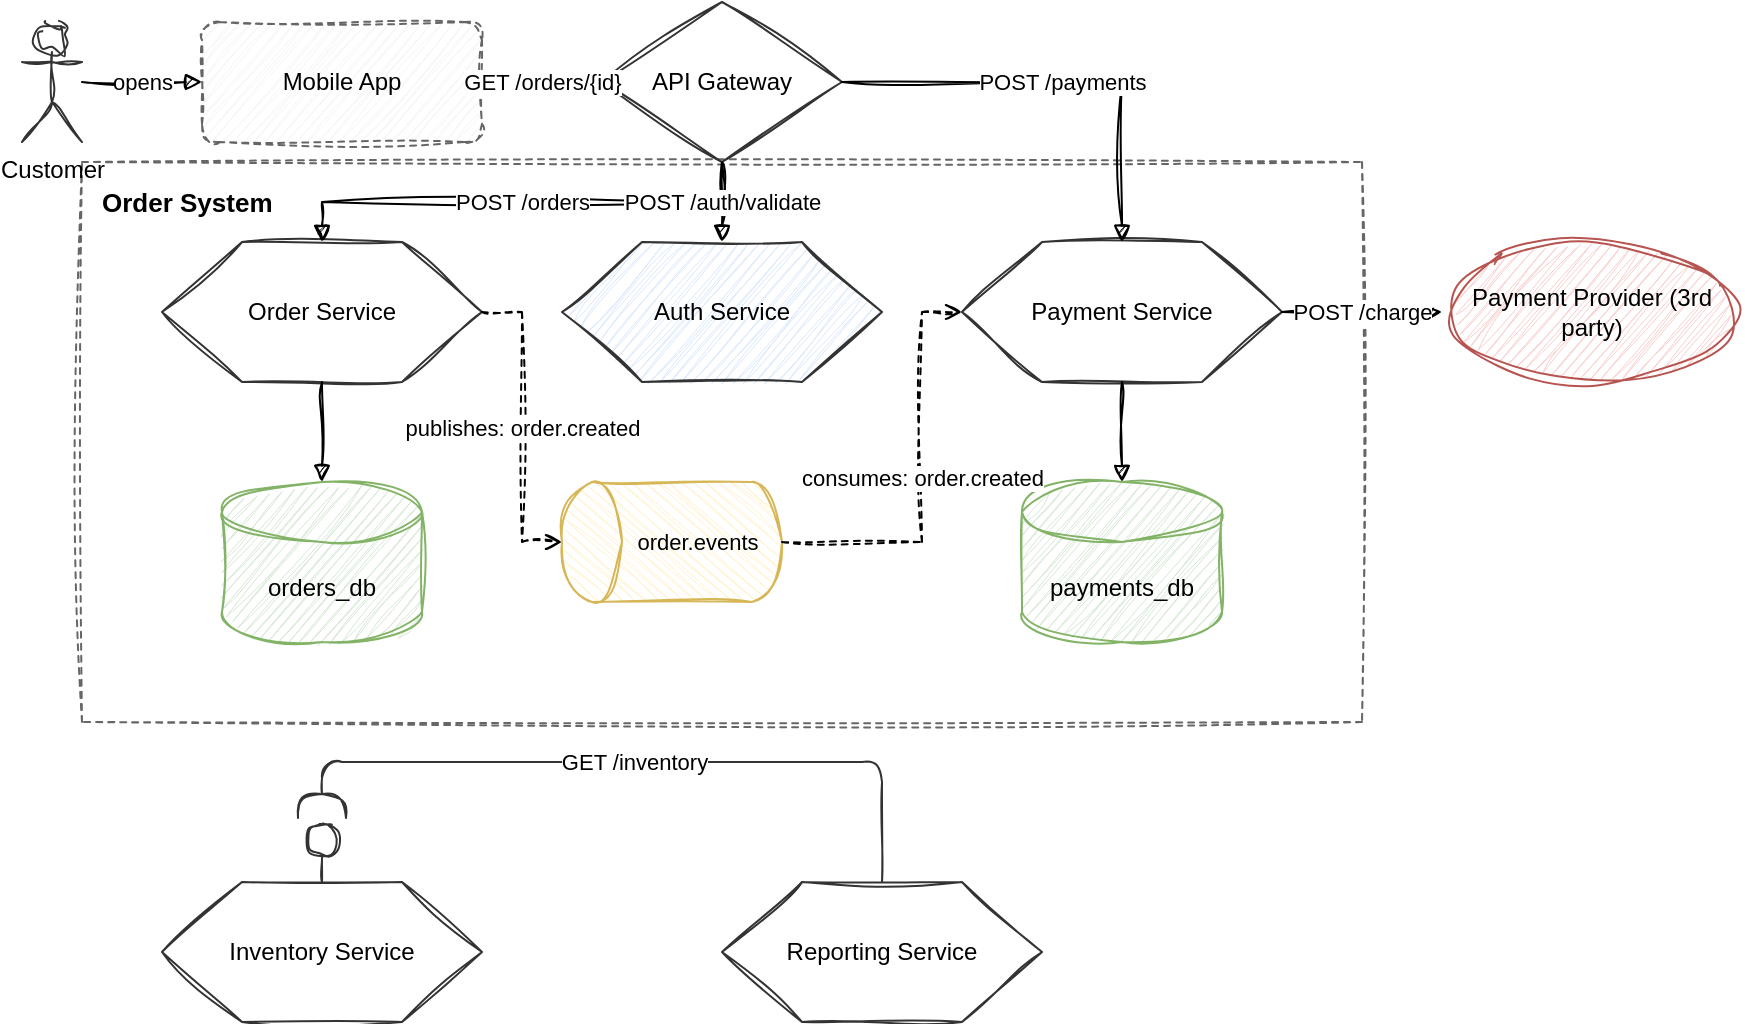
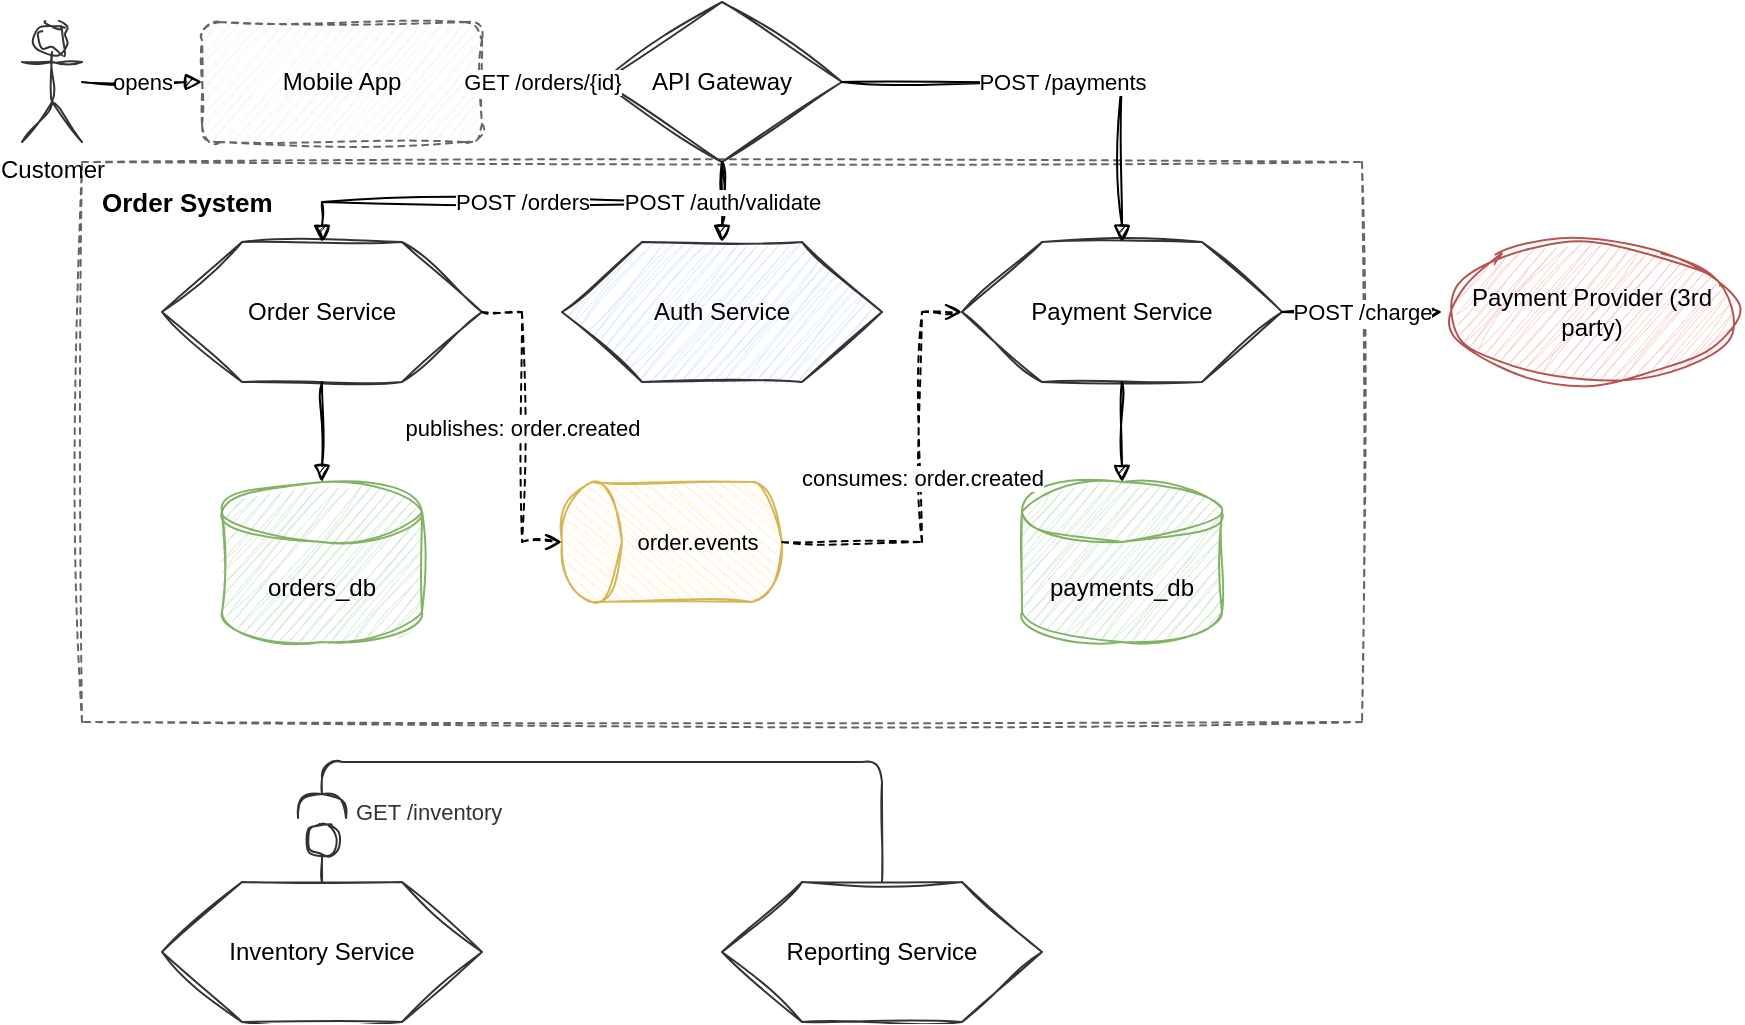
<mxfile host="app.diagrams.net">
  <diagram name="Example" id="example1">
    <mxGraphModel dx="1400" dy="900" grid="1" gridSize="20" guides="1" tooltips="1" connect="1" arrows="1" fold="1" page="1" pageScale="1" pageWidth="1400" pageHeight="900" math="0" shadow="0">
      <root>
        <mxCell id="0" />
        <mxCell id="1" parent="0" />

        <!-- System boundary (drawn first = rendered at back) -->
        <mxCell id="sysOrder" value="Order System" style="rounded=0;whiteSpace=wrap;html=1;fillColor=none;strokeColor=#666666;dashed=1;verticalAlign=top;align=left;fontStyle=1;spacingLeft=8;spacingTop=6;fontSize=13;sketch=1;jiggle=2;" vertex="1" parent="1">
          <mxGeometry x="130" y="340" width="640" height="280" as="geometry" />
        </mxCell>

        <!-- Actor: human role -->
        <mxCell id="actorCustomer" value="Customer" style="verticalLabelPosition=bottom;html=1;outlineConnect=0;shape=umlActor;verticalAlign=top;strokeColor=#333333;fillColor=none;sketch=1;jiggle=2;fontSize=12;" vertex="1" parent="1">
          <mxGeometry x="100" y="270" width="30" height="60" as="geometry" />
        </mxCell>

        <!-- Client: technical component -->
        <mxCell id="client" value="Mobile App" style="rounded=1;whiteSpace=wrap;html=1;dashed=1;fillColor=#f5f5f5;strokeColor=#666666;sketch=1;jiggle=2;fontSize=12;" vertex="1" parent="1">
          <mxGeometry x="190" y="270" width="140" height="60" as="geometry" />
        </mxCell>

        <!-- Load balancer / API gateway: diamond -->
        <mxCell id="gw" value="API Gateway" style="rhombus;whiteSpace=wrap;html=1;fillColor=none;strokeColor=#333333;sketch=1;jiggle=2;fontSize=12;" vertex="1" parent="1">
          <mxGeometry x="390" y="260" width="120" height="80" as="geometry" />
        </mxCell>

        <!-- Microservices: hub-and-spoke row directly under the gateway, so spoke edges fan out without crossing each other's targets -->
        <mxCell id="svcOrder" value="Order Service" style="shape=hexagon;perimeter=hexagonPerimeter2;whiteSpace=wrap;html=1;fillColor=none;strokeColor=#333333;sketch=1;jiggle=2;fontSize=12;" vertex="1" parent="1">
          <mxGeometry x="170" y="380" width="160" height="70" as="geometry" />
        </mxCell>
        <mxCell id="svcAuth" value="Auth Service" style="shape=hexagon;perimeter=hexagonPerimeter2;whiteSpace=wrap;html=1;fillColor=#dae8fc;fillStyle=hachure;hachureGap=4;strokeColor=#333333;sketch=1;jiggle=2;fontSize=12;" vertex="1" parent="1">
          <mxGeometry x="370" y="380" width="160" height="70" as="geometry" />
        </mxCell>
        <mxCell id="svcPayment" value="Payment Service" style="shape=hexagon;perimeter=hexagonPerimeter2;whiteSpace=wrap;html=1;fillColor=none;strokeColor=#333333;sketch=1;jiggle=2;fontSize=12;" vertex="1" parent="1">
          <mxGeometry x="570" y="380" width="160" height="70" as="geometry" />
        </mxCell>

        <!-- Databases: straight down from their own service, clear of every other component -->
        <mxCell id="dbOrders" value="orders_db" style="shape=cylinder3;whiteSpace=wrap;html=1;boundedLbl=1;backgroundOutline=1;size=15;fillColor=#d5e8d4;strokeColor=#82b366;sketch=1;jiggle=2;fontSize=12;" vertex="1" parent="1">
          <mxGeometry x="200" y="500" width="100" height="80" as="geometry" />
        </mxCell>
        <mxCell id="dbPayments" value="payments_db" style="shape=cylinder3;whiteSpace=wrap;html=1;boundedLbl=1;backgroundOutline=1;size=15;fillColor=#d5e8d4;strokeColor=#82b366;sketch=1;jiggle=2;fontSize=12;" vertex="1" parent="1">
          <mxGeometry x="600" y="500" width="100" height="80" as="geometry" />
        </mxCell>

        <!-- Kafka topic: cylinder rotated 90 degrees, centered between the two services it links -->
        <mxCell id="topicOrderEvents" value="order.events" style="shape=cylinder3;whiteSpace=wrap;html=1;boundedLbl=1;backgroundOutline=1;size=15;fillColor=#fff2cc;strokeColor=#d6b656;direction=north;sketch=1;jiggle=2;fontSize=11;" vertex="1" parent="1">
          <mxGeometry x="370" y="500" width="110" height="60" as="geometry" />
        </mxCell>

        <!-- External 3rd party system: ellipse, wider than tall, outside the system boundary -->
        <mxCell id="extPaymentProvider" value="Payment Provider (3rd party)" style="ellipse;whiteSpace=wrap;html=1;fillColor=#f8cecc;strokeColor=#b85450;sketch=1;jiggle=2;fontSize=12;" vertex="1" parent="1">
          <mxGeometry x="810" y="380" width="150" height="70" as="geometry" />
        </mxCell>

        <!-- Edges: synchronous REST calls -->
        <mxCell id="e0" value="opens" style="edgeStyle=orthogonalEdgeStyle;rounded=0;html=1;endArrow=block;fontSize=11;sketch=1;jiggle=2;" edge="1" parent="1" source="actorCustomer" target="client">
          <mxGeometry relative="1" as="geometry" />
        </mxCell>
        <mxCell id="e1" value="GET /orders/{id}" style="edgeStyle=orthogonalEdgeStyle;rounded=0;html=1;endArrow=block;fontSize=11;sketch=1;jiggle=2;" edge="1" parent="1" source="client" target="gw">
          <mxGeometry relative="1" as="geometry" />
        </mxCell>
        <mxCell id="e2" value="POST /orders" style="edgeStyle=orthogonalEdgeStyle;rounded=0;html=1;endArrow=block;fontSize=11;sketch=1;jiggle=2;" edge="1" parent="1" source="gw" target="svcOrder">
          <mxGeometry relative="1" as="geometry">
            <Array as="points">
              <mxPoint x="450" y="360" />
              <mxPoint x="250" y="360" />
            </Array>
          </mxGeometry>
        </mxCell>
        <mxCell id="e3" value="POST /payments" style="edgeStyle=orthogonalEdgeStyle;rounded=0;html=1;endArrow=block;fontSize=11;sketch=1;jiggle=2;" edge="1" parent="1" source="gw" target="svcPayment">
          <mxGeometry relative="1" as="geometry" />
        </mxCell>
        <mxCell id="e3b" value="POST /auth/validate" style="edgeStyle=orthogonalEdgeStyle;rounded=0;html=1;endArrow=block;fontSize=11;sketch=1;jiggle=2;" edge="1" parent="1" source="gw" target="svcAuth">
          <mxGeometry relative="1" as="geometry" />
        </mxCell>
        <mxCell id="e4" style="edgeStyle=orthogonalEdgeStyle;rounded=0;html=1;endArrow=block;fontSize=11;sketch=1;jiggle=2;" edge="1" parent="1" source="svcOrder" target="dbOrders">
          <mxGeometry relative="1" as="geometry" />
        </mxCell>
        <mxCell id="e5" style="edgeStyle=orthogonalEdgeStyle;rounded=0;html=1;endArrow=block;fontSize=11;sketch=1;jiggle=2;" edge="1" parent="1" source="svcPayment" target="dbPayments">
          <mxGeometry relative="1" as="geometry" />
        </mxCell>
        <mxCell id="e6" value="POST /charge" style="edgeStyle=orthogonalEdgeStyle;rounded=0;html=1;endArrow=block;fontSize=11;sketch=1;jiggle=2;" edge="1" parent="1" source="svcPayment" target="extPaymentProvider">
          <mxGeometry relative="1" as="geometry" />
        </mxCell>

        <!-- Edges: async Kafka pub/sub -->
        <mxCell id="e7" value="publishes: order.created" style="edgeStyle=orthogonalEdgeStyle;rounded=0;html=1;endArrow=open;dashed=1;fontSize=11;sketch=1;jiggle=2;" edge="1" parent="1" source="svcOrder" target="topicOrderEvents">
          <mxGeometry relative="1" as="geometry">
            <Array as="points">
              <mxPoint x="350" y="415" />
              <mxPoint x="350" y="530" />
            </Array>
          </mxGeometry>
        </mxCell>
        <mxCell id="e8" value="consumes: order.created" style="edgeStyle=orthogonalEdgeStyle;rounded=0;html=1;endArrow=open;dashed=1;fontSize=11;sketch=1;jiggle=2;" edge="1" parent="1" source="topicOrderEvents" target="svcPayment">
          <mxGeometry relative="1" as="geometry">
            <Array as="points">
              <mxPoint x="550" y="530" />
              <mxPoint x="550" y="415" />
            </Array>
          </mxGeometry>
        </mxCell>


        <!-- REST API interface example: lollipop (provided) & socket (consumed) -->
        <mxCell id="svcInventory" value="Inventory Service" style="shape=hexagon;perimeter=hexagonPerimeter2;whiteSpace=wrap;html=1;fillColor=none;strokeColor=#333333;sketch=1;jiggle=2;fontSize=12;" vertex="1" parent="1">
          <mxGeometry x="170" y="700" width="160" height="70" as="geometry" />
        </mxCell>
        <mxCell id="svcReporting" value="Reporting Service" style="shape=hexagon;perimeter=hexagonPerimeter2;whiteSpace=wrap;html=1;fillColor=none;strokeColor=#333333;sketch=1;jiggle=2;fontSize=12;" vertex="1" parent="1">
          <mxGeometry x="450" y="700" width="160" height="70" as="geometry" />
        </mxCell>

        <!-- Lollipop: Inventory Service exposes a REST API (stub pointing up, 30px, transparent circle tip) -->
        <mxCell id="apiInventoryLollipop" style="edgeStyle=none;html=1;endArrow=circle;endFill=0;endSize=7;startArrow=none;strokeColor=#333333;sketch=1;jiggle=1;" edge="1" parent="1" source="svcInventory">
          <mxGeometry relative="1" as="geometry">
            <mxPoint x="250" y="670" as="targetPoint" />
          </mxGeometry>
        </mxCell>

+         <!-- API method label lives next to the lollipop tip, not on the socket edge -->
+         <mxCell id="apiInventoryLabel" value="GET /inventory" style="text;html=1;align=left;verticalAlign=middle;fontSize=11;fontColor=#333333;sketch=1;" vertex="1" parent="1">
+           <mxGeometry x="265" y="655" width="150" height="20" as="geometry" />
+         </mxCell>
+ 
        <!-- Socket: Reporting Service consumes it (halfCircle, stops 14px short of the lollipop tip) -->
-         <mxCell id="apiInventorySocket" value="GET /inventory" style="edgeStyle=orthogonalEdgeStyle;html=1;endArrow=halfCircle;endFill=0;endSize=10;startArrow=none;strokeColor=#333333;sketch=1;jiggle=1;fontSize=11;" edge="1" parent="1" source="svcReporting">
+         <mxCell id="apiInventorySocket" style="edgeStyle=orthogonalEdgeStyle;html=1;endArrow=halfCircle;endFill=0;endSize=10;startArrow=none;strokeColor=#333333;sketch=1;jiggle=1;fontSize=11;" edge="1" parent="1" source="svcReporting">
          <mxGeometry relative="1" as="geometry">
            <Array as="points">
              <mxPoint x="530" y="640" />
              <mxPoint x="250" y="640" />
            </Array>
            <mxPoint x="250" y="668" as="targetPoint" />
          </mxGeometry>
        </mxCell>
      </root>
    </mxGraphModel>
  </diagram>
</mxfile>
